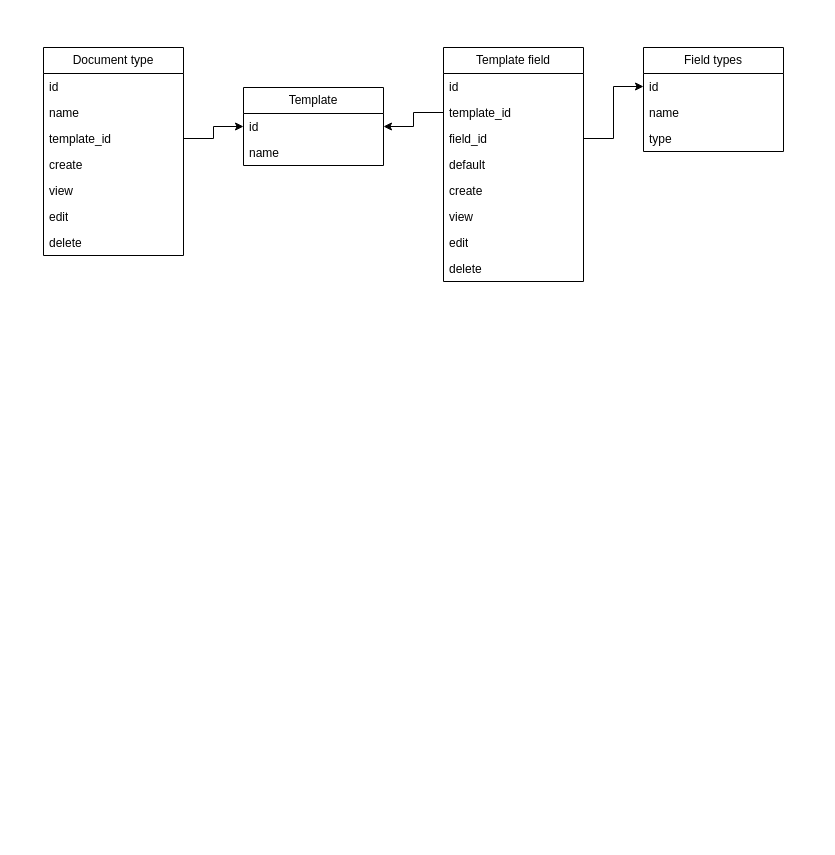
The draw.io diagram structure.drawio in theSharque/ostm, before the edit. Source tidied: cells renumbered, new cells numbered last; positions are measured from the earlier drawing's top-left corner, leaving out a move shared by most shapes. Both pictures are drawn from the tidied source at 100%, with x=0, y=0 at pixel (43, 47).
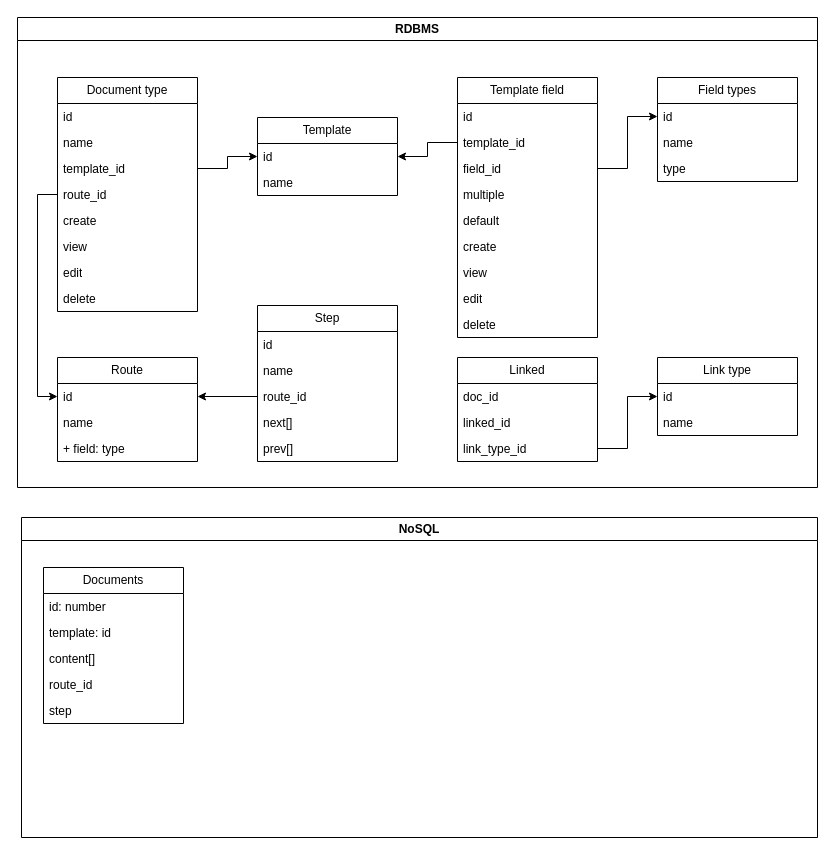
Above is the later version.

Unchanged cells that the change refers to:
```xml
<mxCell id="5" value="template_id" style="text;strokeColor=none;fillColor=none;align=left;verticalAlign=top;spacingLeft=4;spacingRight=4;overflow=hidden;points=[[0,0.5],[1,0.5]];portConstraint=eastwest;whiteSpace=wrap;html=1;" parent="2" vertex="1">
  <mxGeometry y="78" width="140" height="26" as="geometry" />
</mxCell>
<mxCell id="11" value="id" style="text;strokeColor=none;fillColor=none;align=left;verticalAlign=top;spacingLeft=4;spacingRight=4;overflow=hidden;points=[[0,0.5],[1,0.5]];portConstraint=eastwest;whiteSpace=wrap;html=1;" parent="10" vertex="1">
  <mxGeometry y="26" width="140" height="26" as="geometry" />
</mxCell>
<mxCell id="14" value="id" style="text;strokeColor=none;fillColor=none;align=left;verticalAlign=top;spacingLeft=4;spacingRight=4;overflow=hidden;points=[[0,0.5],[1,0.5]];portConstraint=eastwest;whiteSpace=wrap;html=1;" parent="13" vertex="1">
  <mxGeometry y="26" width="140" height="26" as="geometry" />
</mxCell>
<mxCell id="19" value="template_id" style="text;strokeColor=none;fillColor=none;align=left;verticalAlign=top;spacingLeft=4;spacingRight=4;overflow=hidden;points=[[0,0.5],[1,0.5]];portConstraint=eastwest;whiteSpace=wrap;html=1;" parent="17" vertex="1">
  <mxGeometry y="52" width="140" height="26" as="geometry" />
</mxCell>
<mxCell id="20" value="field_id" style="text;strokeColor=none;fillColor=none;align=left;verticalAlign=top;spacingLeft=4;spacingRight=4;overflow=hidden;points=[[0,0.5],[1,0.5]];portConstraint=eastwest;whiteSpace=wrap;html=1;" parent="17" vertex="1">
  <mxGeometry y="78" width="140" height="26" as="geometry" />
</mxCell>
```

What changed in the source:
```diff
@@
+    <mxCell id="29" value="RDBMS" style="swimlane;whiteSpace=wrap;html=1;" parent="1" vertex="1">
+      <mxGeometry x="-26" y="-30" width="800" height="470" as="geometry" />
+    </mxCell>
-    <mxCell id="2" value="Document type" style="swimlane;fontStyle=0;horizontal=1;startSize=26;fillColor=none;whiteSpace=wrap;html=1;" parent="1" vertex="1">
-      <mxGeometry width="140" height="208" as="geometry" />
+    <mxCell id="2" value="Document type" style="swimlane;fontStyle=0;horizontal=1;startSize=26;fillColor=none;whiteSpace=wrap;html=1;" parent="29" vertex="1">
+      <mxGeometry x="40" y="60" width="140" height="234" as="geometry" />
     </mxCell>
@@
-    <mxCell id="6" value="create" style="text;strokeColor=none;fillColor=none;align=left;verticalAlign=top;spacingLeft=4;spacingRight=4;overflow=hidden;points=[[0,0.5],[1,0.5]];portConstraint=eastwest;whiteSpace=wrap;html=1;" parent="2" vertex="1">
+    <mxCell id="6" value="route_id" style="text;strokeColor=none;fillColor=none;align=left;verticalAlign=top;spacingLeft=4;spacingRight=4;overflow=hidden;points=[[0,0.5],[1,0.5]];portConstraint=eastwest;whiteSpace=wrap;html=1;" parent="2" vertex="1">
       <mxGeometry y="104" width="140" height="26" as="geometry" />
     </mxCell>
+    <mxCell id="30" value="create" style="text;strokeColor=none;fillColor=none;align=left;verticalAlign=top;spacingLeft=4;spacingRight=4;overflow=hidden;whiteSpace=wrap;html=1;" parent="2" vertex="1">
+      <mxGeometry y="130" width="140" height="26" as="geometry" />
+    </mxCell>
     <mxCell id="7" value="view" style="text;strokeColor=none;fillColor=none;align=left;verticalAlign=top;spacingLeft=4;spacingRight=4;overflow=hidden;whiteSpace=wrap;html=1;" parent="2" vertex="1">
-      <mxGeometry y="130" width="140" height="26" as="geometry" />
+      <mxGeometry y="156" width="140" height="26" as="geometry" />
     </mxCell>
     <mxCell id="8" value="edit" style="text;strokeColor=none;fillColor=none;align=left;verticalAlign=top;spacingLeft=4;spacingRight=4;overflow=hidden;whiteSpace=wrap;html=1;" parent="2" vertex="1">
-      <mxGeometry y="156" width="140" height="26" as="geometry" />
+      <mxGeometry y="182" width="140" height="26" as="geometry" />
     </mxCell>
     <mxCell id="9" value="delete" style="text;strokeColor=none;fillColor=none;align=left;verticalAlign=top;spacingLeft=4;spacingRight=4;overflow=hidden;whiteSpace=wrap;html=1;" parent="2" vertex="1">
-      <mxGeometry y="182" width="140" height="26" as="geometry" />
+      <mxGeometry y="208" width="140" height="26" as="geometry" />
     </mxCell>
-    <mxCell id="10" value="Template" style="swimlane;fontStyle=0;horizontal=1;startSize=26;fillColor=none;whiteSpace=wrap;html=1;" parent="1" vertex="1">
-      <mxGeometry x="200" y="40" width="140" height="78" as="geometry" />
+    <mxCell id="10" value="Template" style="swimlane;fontStyle=0;horizontal=1;startSize=26;fillColor=none;whiteSpace=wrap;html=1;" parent="29" vertex="1">
+      <mxGeometry x="240" y="100" width="140" height="78" as="geometry" />
     </mxCell>
@@
-    <mxCell id="13" value="Field types" style="swimlane;fontStyle=0;horizontal=1;startSize=26;fillColor=none;whiteSpace=wrap;html=1;" parent="1" vertex="1">
-      <mxGeometry x="600" width="140" height="104" as="geometry" />
+    <mxCell id="13" value="Field types" style="swimlane;fontStyle=0;horizontal=1;startSize=26;fillColor=none;whiteSpace=wrap;html=1;" parent="29" vertex="1">
+      <mxGeometry x="640" y="60" width="140" height="104" as="geometry" />
     </mxCell>
@@
-    <mxCell id="17" value="Template field" style="swimlane;fontStyle=0;horizontal=1;startSize=26;fillColor=none;whiteSpace=wrap;html=1;" parent="1" vertex="1">
-      <mxGeometry x="400" width="140" height="234" as="geometry" />
+    <mxCell id="17" value="Template field" style="swimlane;fontStyle=0;horizontal=1;startSize=26;fillColor=none;whiteSpace=wrap;html=1;" parent="29" vertex="1">
+      <mxGeometry x="440" y="60" width="140" height="260" as="geometry" />
     </mxCell>
@@
+    <mxCell id="31" value="multiple" style="text;strokeColor=none;fillColor=none;align=left;verticalAlign=top;spacingLeft=4;spacingRight=4;overflow=hidden;whiteSpace=wrap;html=1;" parent="17" vertex="1">
+      <mxGeometry y="104" width="140" height="26" as="geometry" />
+    </mxCell>
     <mxCell id="21" value="default" style="text;strokeColor=none;fillColor=none;align=left;verticalAlign=top;spacingLeft=4;spacingRight=4;overflow=hidden;whiteSpace=wrap;html=1;" parent="17" vertex="1">
-      <mxGeometry y="104" width="140" height="26" as="geometry" />
+      <mxGeometry y="130" width="140" height="26" as="geometry" />
     </mxCell>
     <mxCell id="22" value="create" style="text;strokeColor=none;fillColor=none;align=left;verticalAlign=top;spacingLeft=4;spacingRight=4;overflow=hidden;whiteSpace=wrap;html=1;" parent="17" vertex="1">
-      <mxGeometry y="130" width="140" height="26" as="geometry" />
+      <mxGeometry y="156" width="140" height="26" as="geometry" />
     </mxCell>
     <mxCell id="23" value="view" style="text;strokeColor=none;fillColor=none;align=left;verticalAlign=top;spacingLeft=4;spacingRight=4;overflow=hidden;whiteSpace=wrap;html=1;" parent="17" vertex="1">
-      <mxGeometry y="156" width="140" height="26" as="geometry" />
+      <mxGeometry y="182" width="140" height="26" as="geometry" />
     </mxCell>
     <mxCell id="24" value="edit" style="text;strokeColor=none;fillColor=none;align=left;verticalAlign=top;spacingLeft=4;spacingRight=4;overflow=hidden;whiteSpace=wrap;html=1;" parent="17" vertex="1">
-      <mxGeometry y="182" width="140" height="26" as="geometry" />
+      <mxGeometry y="208" width="140" height="26" as="geometry" />
     </mxCell>
     <mxCell id="25" value="delete" style="text;strokeColor=none;fillColor=none;align=left;verticalAlign=top;spacingLeft=4;spacingRight=4;overflow=hidden;whiteSpace=wrap;html=1;" parent="17" vertex="1">
-      <mxGeometry y="208" width="140" height="26" as="geometry" />
+      <mxGeometry y="234" width="140" height="26" as="geometry" />
     </mxCell>
-    <mxCell id="26" style="edgeStyle=orthogonalEdgeStyle;rounded=0;jettySize=auto;html=1;exitX=1;exitY=0.5;exitDx=0;exitDy=0;entryX=0;entryY=0.5;entryDx=0;entryDy=0;" parent="1" edge="1" source="5" target="11">
+    <mxCell id="26" style="edgeStyle=orthogonalEdgeStyle;rounded=0;jettySize=auto;html=1;exitX=1;exitY=0.5;exitDx=0;exitDy=0;entryX=0;entryY=0.5;entryDx=0;entryDy=0;" parent="29" edge="1" source="5" target="11">
       <mxGeometry relative="1" as="geometry" />
     </mxCell>
-    <mxCell id="27" style="edgeStyle=orthogonalEdgeStyle;rounded=0;jettySize=auto;html=1;exitX=0;exitY=0.5;exitDx=0;exitDy=0;entryX=1;entryY=0.5;entryDx=0;entryDy=0;" parent="1" edge="1" source="19" target="11">
+    <mxCell id="27" style="edgeStyle=orthogonalEdgeStyle;rounded=0;jettySize=auto;html=1;exitX=0;exitY=0.5;exitDx=0;exitDy=0;entryX=1;entryY=0.5;entryDx=0;entryDy=0;" parent="29" edge="1" source="19" target="11">
       <mxGeometry relative="1" as="geometry" />
     </mxCell>
-    <mxCell id="28" style="edgeStyle=orthogonalEdgeStyle;rounded=0;jettySize=auto;html=1;exitX=1;exitY=0.5;exitDx=0;exitDy=0;entryX=0;entryY=0.5;entryDx=0;entryDy=0;" parent="1" edge="1" source="20" target="14">
+    <mxCell id="28" style="edgeStyle=orthogonalEdgeStyle;rounded=0;jettySize=auto;html=1;exitX=1;exitY=0.5;exitDx=0;exitDy=0;entryX=0;entryY=0.5;entryDx=0;entryDy=0;" parent="29" edge="1" source="20" target="14">
       <mxGeometry relative="1" as="geometry" />
     </mxCell>
+    <mxCell id="32" value="Route" style="swimlane;fontStyle=0;horizontal=1;startSize=26;fillColor=none;whiteSpace=wrap;html=1;" parent="29" vertex="1">
+      <mxGeometry x="40" y="340" width="140" height="104" as="geometry" />
+    </mxCell>
+    <mxCell id="33" value="id" style="text;strokeColor=none;fillColor=none;align=left;verticalAlign=top;spacingLeft=4;spacingRight=4;overflow=hidden;points=[[0,0.5],[1,0.5]];portConstraint=eastwest;whiteSpace=wrap;html=1;" parent="32" vertex="1">
+      <mxGeometry y="26" width="140" height="26" as="geometry" />
+    </mxCell>
+    <mxCell id="34" value="name" style="text;strokeColor=none;fillColor=none;align=left;verticalAlign=top;spacingLeft=4;spacingRight=4;overflow=hidden;whiteSpace=wrap;html=1;" parent="32" vertex="1">
+      <mxGeometry y="52" width="140" height="26" as="geometry" />
+    </mxCell>
+    <mxCell id="35" value="+ field: type" style="text;strokeColor=none;fillColor=none;align=left;verticalAlign=top;spacingLeft=4;spacingRight=4;overflow=hidden;whiteSpace=wrap;html=1;" parent="32" vertex="1">
+      <mxGeometry y="78" width="140" height="26" as="geometry" />
+    </mxCell>
+    <mxCell id="36" value="Step" style="swimlane;fontStyle=0;horizontal=1;startSize=26;fillColor=none;whiteSpace=wrap;html=1;" parent="29" vertex="1">
+      <mxGeometry x="240" y="288" width="140" height="156" as="geometry" />
+    </mxCell>
+    <mxCell id="37" value="id" style="text;strokeColor=none;fillColor=none;align=left;verticalAlign=top;spacingLeft=4;spacingRight=4;overflow=hidden;whiteSpace=wrap;html=1;" parent="36" vertex="1">
+      <mxGeometry y="26" width="140" height="26" as="geometry" />
+    </mxCell>
+    <mxCell id="38" value="name" style="text;strokeColor=none;fillColor=none;align=left;verticalAlign=top;spacingLeft=4;spacingRight=4;overflow=hidden;whiteSpace=wrap;html=1;" parent="36" vertex="1">
+      <mxGeometry y="52" width="140" height="26" as="geometry" />
+    </mxCell>
+    <mxCell id="39" value="route_id" style="text;strokeColor=none;fillColor=none;align=left;verticalAlign=top;spacingLeft=4;spacingRight=4;overflow=hidden;points=[[0,0.5],[1,0.5]];portConstraint=eastwest;whiteSpace=wrap;html=1;" parent="36" vertex="1">
+      <mxGeometry y="78" width="140" height="26" as="geometry" />
+    </mxCell>
+    <mxCell id="40" value="next[]" style="text;strokeColor=none;fillColor=none;align=left;verticalAlign=top;spacingLeft=4;spacingRight=4;overflow=hidden;whiteSpace=wrap;html=1;" parent="36" vertex="1">
+      <mxGeometry y="104" width="140" height="26" as="geometry" />
+    </mxCell>
+    <mxCell id="41" value="prev[]" style="text;strokeColor=none;fillColor=none;align=left;verticalAlign=top;spacingLeft=4;spacingRight=4;overflow=hidden;whiteSpace=wrap;html=1;" parent="36" vertex="1">
+      <mxGeometry y="130" width="140" height="26" as="geometry" />
+    </mxCell>
+    <mxCell id="42" style="edgeStyle=orthogonalEdgeStyle;rounded=0;jettySize=auto;html=1;exitX=0;exitY=0.5;exitDx=0;exitDy=0;entryX=1;entryY=0.5;entryDx=0;entryDy=0;" parent="29" edge="1" source="39" target="33">
+      <mxGeometry relative="1" as="geometry" />
+    </mxCell>
+    <mxCell id="43" style="edgeStyle=orthogonalEdgeStyle;rounded=0;jettySize=auto;html=1;exitX=0;exitY=0.5;exitDx=0;exitDy=0;entryX=0;entryY=0.5;entryDx=0;entryDy=0;" parent="29" edge="1" source="6" target="33">
+      <mxGeometry relative="1" as="geometry" />
+    </mxCell>
+    <mxCell id="44" value="Linked" style="swimlane;fontStyle=0;horizontal=1;startSize=26;fillColor=none;whiteSpace=wrap;html=1;" parent="29" vertex="1">
+      <mxGeometry x="440" y="340" width="140" height="104" as="geometry" />
+    </mxCell>
+    <mxCell id="45" value="doc_id" style="text;strokeColor=none;fillColor=none;align=left;verticalAlign=top;spacingLeft=4;spacingRight=4;overflow=hidden;whiteSpace=wrap;html=1;" parent="44" vertex="1">
+      <mxGeometry y="26" width="140" height="26" as="geometry" />
+    </mxCell>
+    <mxCell id="46" value="linked_id" style="text;strokeColor=none;fillColor=none;align=left;verticalAlign=top;spacingLeft=4;spacingRight=4;overflow=hidden;whiteSpace=wrap;html=1;" parent="44" vertex="1">
+      <mxGeometry y="52" width="140" height="26" as="geometry" />
+    </mxCell>
+    <mxCell id="47" value="link_type_id" style="text;strokeColor=none;fillColor=none;align=left;verticalAlign=top;spacingLeft=4;spacingRight=4;overflow=hidden;points=[[0,0.5],[1,0.5]];portConstraint=eastwest;whiteSpace=wrap;html=1;" parent="44" vertex="1">
+      <mxGeometry y="78" width="140" height="26" as="geometry" />
+    </mxCell>
+    <mxCell id="48" value="Link type" style="swimlane;fontStyle=0;horizontal=1;startSize=26;fillColor=none;whiteSpace=wrap;html=1;" parent="29" vertex="1">
+      <mxGeometry x="640" y="340" width="140" height="78" as="geometry" />
+    </mxCell>
+    <mxCell id="49" value="id" style="text;strokeColor=none;fillColor=none;align=left;verticalAlign=top;spacingLeft=4;spacingRight=4;overflow=hidden;points=[[0,0.5],[1,0.5]];portConstraint=eastwest;whiteSpace=wrap;html=1;" parent="48" vertex="1">
+      <mxGeometry y="26" width="140" height="26" as="geometry" />
+    </mxCell>
+    <mxCell id="50" value="name" style="text;strokeColor=none;fillColor=none;align=left;verticalAlign=top;spacingLeft=4;spacingRight=4;overflow=hidden;whiteSpace=wrap;html=1;" parent="48" vertex="1">
+      <mxGeometry y="52" width="140" height="26" as="geometry" />
+    </mxCell>
+    <mxCell id="51" style="edgeStyle=orthogonalEdgeStyle;rounded=0;jettySize=auto;html=1;exitX=1;exitY=0.5;exitDx=0;exitDy=0;entryX=0;entryY=0.5;entryDx=0;entryDy=0;" parent="29" edge="1" source="47" target="49">
+      <mxGeometry relative="1" as="geometry" />
+    </mxCell>
+    <mxCell id="52" value="NoSQL" style="swimlane;whiteSpace=wrap;html=1;" parent="1" vertex="1">
+      <mxGeometry x="-22" y="470" width="796" height="320" as="geometry" />
+    </mxCell>
+    <mxCell id="53" value="Documents" style="swimlane;fontStyle=0;horizontal=1;startSize=26;fillColor=none;whiteSpace=wrap;html=1;" parent="52" vertex="1">
+      <mxGeometry x="22" y="50" width="140" height="156" as="geometry" />
+    </mxCell>
+    <mxCell id="54" value="id: number" style="text;strokeColor=none;fillColor=none;align=left;verticalAlign=top;spacingLeft=4;spacingRight=4;overflow=hidden;whiteSpace=wrap;html=1;" parent="53" vertex="1">
+      <mxGeometry y="26" width="140" height="26" as="geometry" />
+    </mxCell>
+    <mxCell id="55" value="template: id" style="text;strokeColor=none;fillColor=none;align=left;verticalAlign=top;spacingLeft=4;spacingRight=4;overflow=hidden;whiteSpace=wrap;html=1;" parent="53" vertex="1">
+      <mxGeometry y="52" width="140" height="26" as="geometry" />
+    </mxCell>
+    <mxCell id="56" value="content[]" style="text;strokeColor=none;fillColor=none;align=left;verticalAlign=top;spacingLeft=4;spacingRight=4;overflow=hidden;whiteSpace=wrap;html=1;" parent="53" vertex="1">
+      <mxGeometry y="78" width="140" height="26" as="geometry" />
+    </mxCell>
+    <mxCell id="57" value="route_id" style="text;strokeColor=none;fillColor=none;align=left;verticalAlign=top;spacingLeft=4;spacingRight=4;overflow=hidden;whiteSpace=wrap;html=1;" parent="53" vertex="1">
+      <mxGeometry y="104" width="140" height="26" as="geometry" />
+    </mxCell>
+    <mxCell id="58" value="step" style="text;strokeColor=none;fillColor=none;align=left;verticalAlign=top;spacingLeft=4;spacingRight=4;overflow=hidden;whiteSpace=wrap;html=1;" parent="53" vertex="1">
+      <mxGeometry y="130" width="140" height="26" as="geometry" />
+    </mxCell>
```
